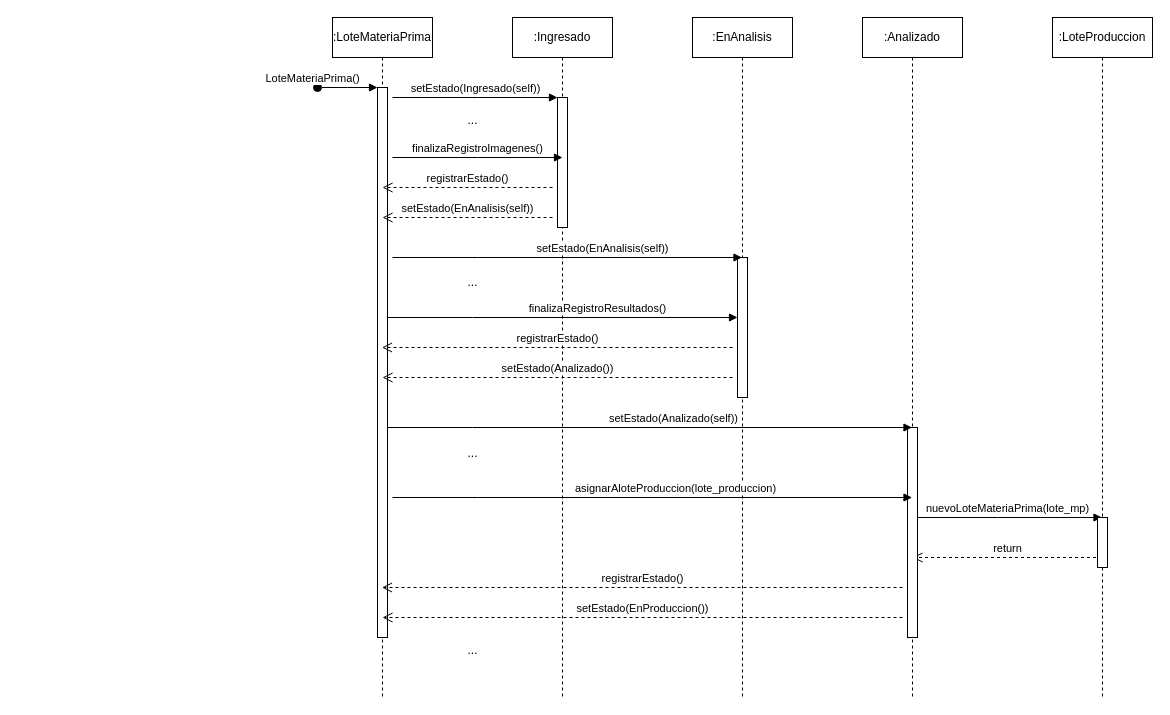
Above: practica2/PR2_Secuencias.drawio in josemicode/boletines-modsis (draw.io), before the change. Source tidied: cells renumbered, new cells numbered last; positions are measured from the earlier drawing's top-left corner, leaving out a move shared by most shapes. Both pictures are drawn from the tidied source at 100%, with x=0, y=0 at pixel (317, 17).
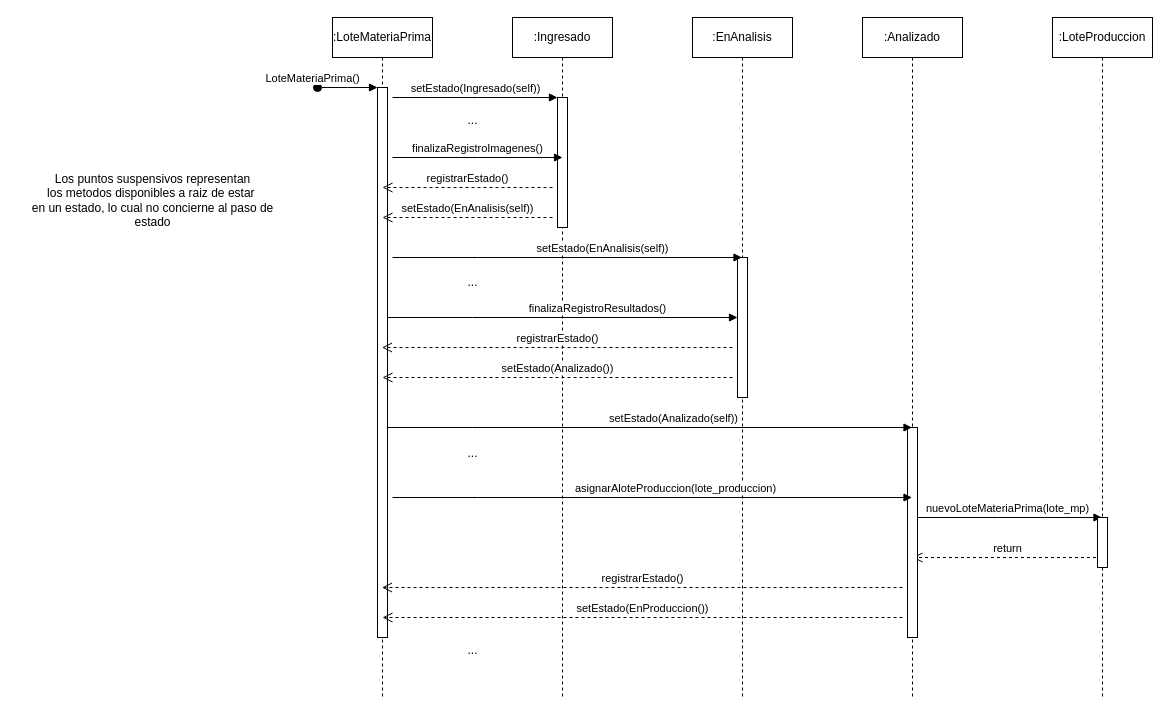
After the change.

Diff of the diagram source:
```diff
@@
+    <mxCell id="31" value="Los puntos suspensivos representan&lt;div&gt;los metodos disponibles a raiz de estar&amp;nbsp;&lt;/div&gt;&lt;div&gt;en un estado, lo cual no concierne al paso de&lt;/div&gt;&lt;div&gt;estado&lt;/div&gt;" style="text;html=1;align=center;verticalAlign=middle;strokeColor=none;fillColor=none;" parent="1" vertex="1">
+      <mxGeometry x="-300" y="148" width="270" height="70" as="geometry" />
+    </mxCell>
```
